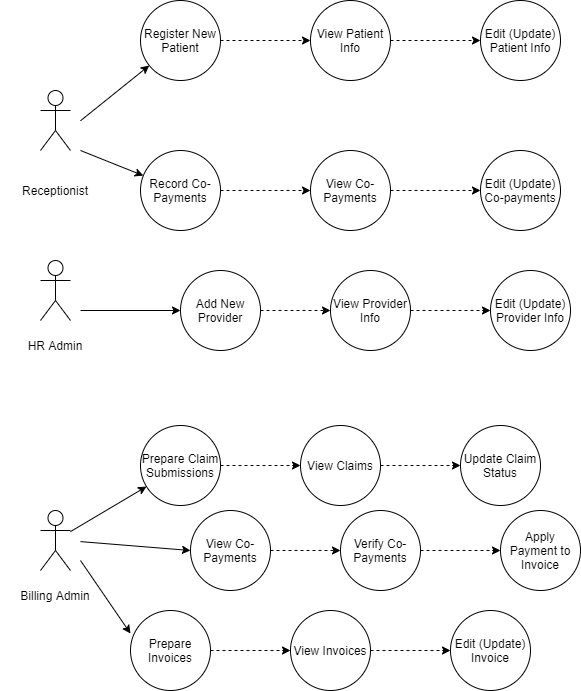
Earlier version of the draw.io export FinalProject Use Cases.png (kayshale/FinalProject). Source tidied: cells renumbered, new cells last; positions are measured from the earlier drawing's top-left corner, leaving out a move shared by most shapes.
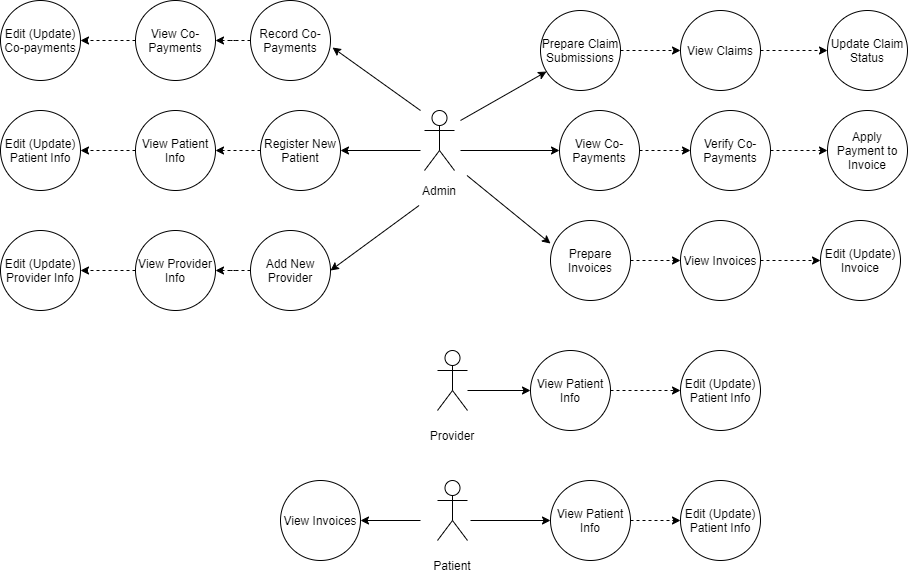
Above is the later version.

What changed in the source:
```diff
@@ -3,141 +3,174 @@
     <mxCell id="0" />
     <mxCell id="1" parent="0" />
     <mxCell id="2" value="Actor" style="shape=umlActor;verticalLabelPosition=bottom;labelBackgroundColor=#ffffff;verticalAlign=top;html=1;fontColor=#FFFFFF;" parent="1" vertex="1">
-      <mxGeometry x="40" y="90" width="30" height="60" as="geometry" />
+      <mxGeometry x="317" y="860" width="30" height="60" as="geometry" />
     </mxCell>
-    <mxCell id="3" value="Receptionist" style="text;html=1;strokeColor=none;fillColor=none;align=center;verticalAlign=middle;whiteSpace=wrap;rounded=0;fontColor=#000000;" parent="1" vertex="1">
-      <mxGeometry y="175" width="110" height="30" as="geometry" />
+    <mxCell id="3" value="Patient" style="text;html=1;strokeColor=none;fillColor=none;align=center;verticalAlign=middle;whiteSpace=wrap;rounded=0;fontColor=#000000;" parent="1" vertex="1">
+      <mxGeometry x="277" y="930" width="110" height="30" as="geometry" />
     </mxCell>
-    <mxCell id="4" value="View Patient Info" style="ellipse;whiteSpace=wrap;html=1;fontColor=#000000;" parent="1" vertex="1">
-      <mxGeometry x="310" width="80" height="80" as="geometry" />
-    </mxCell>
-    <mxCell id="5" value="Edit (Update) Patient Info" style="ellipse;whiteSpace=wrap;html=1;fontColor=#000000;" parent="1" vertex="1">
-      <mxGeometry x="480" width="80" height="80" as="geometry" />
-    </mxCell>
-    <mxCell id="6" value="Register New Patient" style="ellipse;whiteSpace=wrap;html=1;fontColor=#000000;" parent="1" vertex="1">
-      <mxGeometry x="140" width="80" height="80" as="geometry" />
-    </mxCell>
-    <mxCell id="7" value="View Provider Info" style="ellipse;whiteSpace=wrap;html=1;fontColor=#000000;" parent="1" vertex="1">
-      <mxGeometry x="330" y="270" width="80" height="80" as="geometry" />
-    </mxCell>
-    <mxCell id="8" value="Edit (Update) Provider Info" style="ellipse;whiteSpace=wrap;html=1;fontColor=#000000;" parent="1" vertex="1">
-      <mxGeometry x="490" y="270" width="80" height="80" as="geometry" />
-    </mxCell>
-    <mxCell id="9" value="Add New Provider" style="ellipse;whiteSpace=wrap;html=1;fontColor=#000000;" parent="1" vertex="1">
-      <mxGeometry x="180" y="270" width="80" height="80" as="geometry" />
-    </mxCell>
     <mxCell id="10" value="Actor" style="shape=umlActor;verticalLabelPosition=bottom;labelBackgroundColor=#ffffff;verticalAlign=top;html=1;fontColor=#FFFFFF;" parent="1" vertex="1">
-      <mxGeometry x="40" y="260" width="30" height="60" as="geometry" />
+      <mxGeometry x="317" y="730" width="30" height="60" as="geometry" />
     </mxCell>
-    <mxCell id="11" value="HR Admin" style="text;html=1;strokeColor=none;fillColor=none;align=center;verticalAlign=middle;whiteSpace=wrap;rounded=0;fontColor=#000000;" parent="1" vertex="1">
-      <mxGeometry y="330" width="110" height="30" as="geometry" />
-    </mxCell>
     <mxCell id="12" value="Actor" style="shape=umlActor;verticalLabelPosition=bottom;labelBackgroundColor=#ffffff;verticalAlign=top;html=1;outlineConnect=0;fontColor=#FFFFFF;" parent="1" vertex="1">
-      <mxGeometry x="40" y="510" width="30" height="60" as="geometry" />
+      <mxGeometry x="304" y="490" width="30" height="60" as="geometry" />
     </mxCell>
-    <mxCell id="13" value="Billing Admin" style="text;html=1;strokeColor=none;fillColor=none;align=center;verticalAlign=middle;whiteSpace=wrap;rounded=0;fontColor=#000000;" parent="1" vertex="1">
-      <mxGeometry y="580" width="110" height="30" as="geometry" />
+    <mxCell id="13" value="Admin" style="text;html=1;strokeColor=none;fillColor=none;align=center;verticalAlign=middle;whiteSpace=wrap;rounded=0;fontColor=#000000;" parent="1" vertex="1">
+      <mxGeometry x="264" y="555" width="110" height="30" as="geometry" />
     </mxCell>
-    <mxCell id="14" value="Record Co-Payments" style="ellipse;whiteSpace=wrap;html=1;fontColor=#000000;" parent="1" vertex="1">
-      <mxGeometry x="140" y="150" width="80" height="80" as="geometry" />
-    </mxCell>
     <mxCell id="15" style="edgeStyle=orthogonalEdgeStyle;rounded=0;jettySize=auto;html=1;dashed=1;fontColor=#000000;" parent="1" edge="1" source="16" target="18">
       <mxGeometry relative="1" as="geometry" />
     </mxCell>
     <mxCell id="16" value="Prepare Claim Submissions" style="ellipse;whiteSpace=wrap;html=1;fontColor=#000000;" parent="1" vertex="1">
-      <mxGeometry x="140" y="425" width="80" height="80" as="geometry" />
+      <mxGeometry x="420" y="390" width="80" height="80" as="geometry" />
     </mxCell>
     <mxCell id="17" style="edgeStyle=orthogonalEdgeStyle;rounded=0;jettySize=auto;html=1;dashed=1;fontColor=#000000;" parent="1" edge="1" source="18" target="19">
       <mxGeometry relative="1" as="geometry" />
     </mxCell>
     <mxCell id="18" value="View Claims" style="ellipse;whiteSpace=wrap;html=1;fontColor=#000000;" parent="1" vertex="1">
-      <mxGeometry x="300" y="425" width="80" height="80" as="geometry" />
+      <mxGeometry x="560" y="390" width="80" height="80" as="geometry" />
     </mxCell>
     <mxCell id="19" value="Update Claim Status" style="ellipse;whiteSpace=wrap;html=1;fontColor=#000000;" parent="1" vertex="1">
-      <mxGeometry x="460" y="425" width="80" height="80" as="geometry" />
+      <mxGeometry x="707" y="390" width="80" height="80" as="geometry" />
     </mxCell>
     <mxCell id="20" style="edgeStyle=orthogonalEdgeStyle;rounded=0;jettySize=auto;html=1;dashed=1;fontColor=#000000;" parent="1" edge="1" source="21" target="23">
       <mxGeometry relative="1" as="geometry" />
     </mxCell>
     <mxCell id="21" value="Prepare Invoices" style="ellipse;whiteSpace=wrap;html=1;fontColor=#000000;" parent="1" vertex="1">
-      <mxGeometry x="130" y="610" width="80" height="80" as="geometry" />
+      <mxGeometry x="430" y="600" width="80" height="80" as="geometry" />
     </mxCell>
     <mxCell id="22" style="edgeStyle=orthogonalEdgeStyle;rounded=0;jettySize=auto;html=1;dashed=1;fontColor=#000000;" parent="1" edge="1" source="23" target="24">
       <mxGeometry relative="1" as="geometry" />
     </mxCell>
     <mxCell id="23" value="View Invoices" style="ellipse;whiteSpace=wrap;html=1;fontColor=#000000;" parent="1" vertex="1">
-      <mxGeometry x="290" y="610" width="80" height="80" as="geometry" />
+      <mxGeometry x="560" y="600" width="80" height="80" as="geometry" />
     </mxCell>
     <mxCell id="24" value="Edit (Update) Invoice" style="ellipse;whiteSpace=wrap;html=1;fontColor=#000000;" parent="1" vertex="1">
-      <mxGeometry x="450" y="610" width="80" height="80" as="geometry" />
+      <mxGeometry x="700" y="600" width="80" height="80" as="geometry" />
     </mxCell>
-    <mxCell id="25" style="endArrow=classic;html=1;fontColor=#000000;" parent="1" edge="1" target="6">
-      <mxGeometry relative="1" as="geometry">
-        <mxPoint x="80" y="120.3" as="sourcePoint" />
-      </mxGeometry>
-    </mxCell>
-    <mxCell id="26" style="endArrow=classic;html=1;fontColor=#000000;" parent="1" edge="1" target="14">
-      <mxGeometry relative="1" as="geometry">
-        <mxPoint x="80" y="150" as="sourcePoint" />
-      </mxGeometry>
-    </mxCell>
-    <mxCell id="27" style="endArrow=classic;html=1;fontColor=#000000;entryX=0;entryY=0.5;entryDx=0;entryDy=0;dashed=1;exitX=1;exitY=0.5;exitDx=0;exitDy=0;" parent="1" edge="1" source="6" target="4">
-      <mxGeometry relative="1" as="geometry" />
-    </mxCell>
-    <mxCell id="28" style="endArrow=classic;html=1;fontColor=#000000;dashed=1;exitX=1;exitY=0.5;exitDx=0;exitDy=0;entryX=0;entryY=0.5;entryDx=0;entryDy=0;" parent="1" edge="1" source="4" target="5">
-      <mxGeometry relative="1" as="geometry" />
-    </mxCell>
-    <mxCell id="29" value="View Co-Payments" style="ellipse;whiteSpace=wrap;html=1;fontColor=#000000;" parent="1" vertex="1">
-      <mxGeometry x="310" y="150" width="80" height="80" as="geometry" />
-    </mxCell>
-    <mxCell id="30" value="Edit (Update) Co-payments" style="ellipse;whiteSpace=wrap;html=1;fontColor=#000000;" parent="1" vertex="1">
-      <mxGeometry x="480" y="150" width="80" height="80" as="geometry" />
-    </mxCell>
-    <mxCell id="31" style="endArrow=classic;html=1;fontColor=#000000;dashed=1;exitX=1;exitY=0.5;exitDx=0;exitDy=0;entryX=0;entryY=0.5;entryDx=0;entryDy=0;" parent="1" edge="1" source="14" target="29">
-      <mxGeometry relative="1" as="geometry" />
-    </mxCell>
-    <mxCell id="32" style="endArrow=classic;html=1;fontColor=#000000;entryX=0;entryY=0.5;entryDx=0;entryDy=0;dashed=1;exitX=1;exitY=0.5;exitDx=0;exitDy=0;" parent="1" edge="1" source="29" target="30">
-      <mxGeometry relative="1" as="geometry" />
-    </mxCell>
-    <mxCell id="33" style="endArrow=classic;html=1;fontColor=#000000;" parent="1" edge="1">
-      <mxGeometry relative="1" as="geometry">
-        <mxPoint x="80" y="310" as="sourcePoint" />
-        <mxPoint x="180" y="310" as="targetPoint" />
-      </mxGeometry>
-    </mxCell>
-    <mxCell id="34" style="endArrow=classic;html=1;fontColor=#000000;dashed=1;exitX=1;exitY=0.5;exitDx=0;exitDy=0;" parent="1" edge="1" source="9" target="7">
-      <mxGeometry relative="1" as="geometry" />
-    </mxCell>
-    <mxCell id="35" style="endArrow=classic;html=1;fontColor=#000000;dashed=1;exitX=1;exitY=0.5;exitDx=0;exitDy=0;" parent="1" edge="1" source="7" target="8">
-      <mxGeometry relative="1" as="geometry" />
-    </mxCell>
-    <mxCell id="36" style="endArrow=classic;html=1;fontColor=#000000;entryX=0.075;entryY=0.763;entryDx=0;entryDy=0;entryPerimeter=0;" parent="1" edge="1" source="12" target="16">
-      <mxGeometry relative="1" as="geometry" />
+    <mxCell id="36" style="endArrow=classic;html=1;fontColor=#000000;entryX=0.075;entryY=0.763;entryDx=0;entryDy=0;entryPerimeter=0;" parent="1" edge="1" target="16">
+      <mxGeometry relative="1" as="geometry">
+        <mxPoint x="340" y="500" as="sourcePoint" />
+      </mxGeometry>
     </mxCell>
-    <mxCell id="37" style="endArrow=classic;html=1;fontColor=#000000;entryX=0;entryY=0.288;entryDx=0;entryDy=0;entryPerimeter=0;" parent="1" edge="1" target="21">
-      <mxGeometry relative="1" as="geometry">
-        <mxPoint x="80" y="560" as="sourcePoint" />
-      </mxGeometry>
+    <mxCell id="37" style="endArrow=classic;html=1;fontColor=#000000;entryX=0;entryY=0.288;entryDx=0;entryDy=0;entryPerimeter=0;exitX=0.75;exitY=0;exitDx=0;exitDy=0;" parent="1" edge="1" source="13" target="21">
+      <mxGeometry relative="1" as="geometry" />
     </mxCell>
     <mxCell id="38" value="View Co-Payments" style="ellipse;whiteSpace=wrap;html=1;fontColor=#000000;" parent="1" vertex="1">
-      <mxGeometry x="190" y="510" width="80" height="80" as="geometry" />
+      <mxGeometry x="439" y="490" width="80" height="80" as="geometry" />
     </mxCell>
     <mxCell id="39" style="edgeStyle=orthogonalEdgeStyle;rounded=0;jettySize=auto;html=1;dashed=1;" parent="1" edge="1" source="40" target="41">
       <mxGeometry relative="1" as="geometry" />
     </mxCell>
     <mxCell id="40" value="Verify Co-Payments" style="ellipse;whiteSpace=wrap;html=1;fontColor=#000000;" parent="1" vertex="1">
-      <mxGeometry x="340" y="510" width="80" height="80" as="geometry" />
+      <mxGeometry x="570" y="490" width="80" height="80" as="geometry" />
     </mxCell>
     <mxCell id="41" value="Apply Payment to Invoice" style="ellipse;whiteSpace=wrap;html=1;fontColor=#000000;" parent="1" vertex="1">
-      <mxGeometry x="500" y="510" width="80" height="80" as="geometry" />
+      <mxGeometry x="707" y="490" width="80" height="80" as="geometry" />
     </mxCell>
     <mxCell id="42" style="endArrow=classic;html=1;fontColor=#000000;entryX=0;entryY=0.5;entryDx=0;entryDy=0;dashed=1;exitX=1;exitY=0.5;exitDx=0;exitDy=0;" parent="1" edge="1" source="38" target="40">
       <mxGeometry relative="1" as="geometry" />
     </mxCell>
     <mxCell id="43" style="endArrow=classic;html=1;fontColor=#000000;entryX=0;entryY=0.5;entryDx=0;entryDy=0;" parent="1" edge="1" target="38">
       <mxGeometry relative="1" as="geometry">
-        <mxPoint x="80" y="541.1" as="sourcePoint" />
+        <mxPoint x="340" y="530" as="sourcePoint" />
       </mxGeometry>
     </mxCell>
+    <mxCell id="44" style="edgeStyle=orthogonalEdgeStyle;rounded=0;jettySize=auto;html=1;dashed=1;" parent="1" edge="1" source="45" target="46">
+      <mxGeometry relative="1" as="geometry" />
+    </mxCell>
+    <mxCell id="45" value="View Patient Info" style="ellipse;whiteSpace=wrap;html=1;fontColor=#000000;" parent="1" vertex="1">
+      <mxGeometry x="15" y="490" width="80" height="80" as="geometry" />
+    </mxCell>
+    <mxCell id="46" value="Edit (Update) Patient Info" style="ellipse;whiteSpace=wrap;html=1;fontColor=#000000;" parent="1" vertex="1">
+      <mxGeometry x="-120" y="490" width="80" height="80" as="geometry" />
+    </mxCell>
+    <mxCell id="47" style="edgeStyle=orthogonalEdgeStyle;rounded=0;jettySize=auto;html=1;dashed=1;" parent="1" edge="1" source="6" target="45">
+      <mxGeometry relative="1" as="geometry" />
+    </mxCell>
+    <mxCell id="6" value="Register New Patient" style="ellipse;whiteSpace=wrap;html=1;fontColor=#000000;" parent="1" vertex="1">
+      <mxGeometry x="140" y="490" width="80" height="80" as="geometry" />
+    </mxCell>
+    <mxCell id="31" style="edgeStyle=orthogonalEdgeStyle;rounded=0;jettySize=auto;html=1;dashed=1;" parent="1" edge="1" source="14" target="29">
+      <mxGeometry relative="1" as="geometry" />
+    </mxCell>
+    <mxCell id="14" value="Record Co-Payments" style="ellipse;whiteSpace=wrap;html=1;fontColor=#000000;" parent="1" vertex="1">
+      <mxGeometry x="130" y="380" width="80" height="80" as="geometry" />
+    </mxCell>
+    <mxCell id="32" style="edgeStyle=orthogonalEdgeStyle;rounded=0;jettySize=auto;html=1;dashed=1;" parent="1" edge="1" source="29" target="30">
+      <mxGeometry relative="1" as="geometry" />
+    </mxCell>
+    <mxCell id="29" value="View Co-Payments" style="ellipse;whiteSpace=wrap;html=1;fontColor=#000000;" parent="1" vertex="1">
+      <mxGeometry x="15" y="380" width="80" height="80" as="geometry" />
+    </mxCell>
+    <mxCell id="30" value="Edit (Update) Co-payments" style="ellipse;whiteSpace=wrap;html=1;fontColor=#000000;" parent="1" vertex="1">
+      <mxGeometry x="-120" y="380" width="80" height="80" as="geometry" />
+    </mxCell>
+    <mxCell id="48" value="View Patient Info" style="ellipse;whiteSpace=wrap;html=1;fontColor=#000000;" parent="1" vertex="1">
+      <mxGeometry x="430" y="860" width="80" height="80" as="geometry" />
+    </mxCell>
+    <mxCell id="49" value="Edit (Update) Patient Info" style="ellipse;whiteSpace=wrap;html=1;fontColor=#000000;" parent="1" vertex="1">
+      <mxGeometry x="560" y="860" width="80" height="80" as="geometry" />
+    </mxCell>
+    <mxCell id="50" style="endArrow=classic;html=1;fontColor=#000000;dashed=1;exitX=1;exitY=0.5;exitDx=0;exitDy=0;entryX=0;entryY=0.5;entryDx=0;entryDy=0;" parent="1" edge="1" source="48" target="49">
+      <mxGeometry relative="1" as="geometry" />
+    </mxCell>
+    <mxCell id="51" style="endArrow=classic;html=1;fontColor=#000000;" parent="1" edge="1" target="52">
+      <mxGeometry relative="1" as="geometry">
+        <mxPoint x="300" y="900" as="sourcePoint" />
+      </mxGeometry>
+    </mxCell>
+    <mxCell id="52" value="View Invoices" style="ellipse;whiteSpace=wrap;html=1;fontColor=#000000;" parent="1" vertex="1">
+      <mxGeometry x="160" y="860" width="80" height="80" as="geometry" />
+    </mxCell>
+    <mxCell id="53" style="endArrow=classic;html=1;fontColor=#000000;" parent="1" edge="1" target="48">
+      <mxGeometry relative="1" as="geometry">
+        <mxPoint x="350" y="900" as="sourcePoint" />
+      </mxGeometry>
+    </mxCell>
+    <mxCell id="35" style="edgeStyle=orthogonalEdgeStyle;rounded=0;jettySize=auto;html=1;dashed=1;" parent="1" edge="1" source="7" target="8">
+      <mxGeometry relative="1" as="geometry" />
+    </mxCell>
+    <mxCell id="7" value="View Provider Info" style="ellipse;whiteSpace=wrap;html=1;fontColor=#000000;" parent="1" vertex="1">
+      <mxGeometry x="15" y="610" width="80" height="80" as="geometry" />
+    </mxCell>
+    <mxCell id="8" value="Edit (Update) Provider Info" style="ellipse;whiteSpace=wrap;html=1;fontColor=#000000;" parent="1" vertex="1">
+      <mxGeometry x="-120" y="610" width="80" height="80" as="geometry" />
+    </mxCell>
+    <mxCell id="34" style="edgeStyle=orthogonalEdgeStyle;rounded=0;jettySize=auto;html=1;dashed=1;" parent="1" edge="1" source="9" target="7">
+      <mxGeometry relative="1" as="geometry" />
+    </mxCell>
+    <mxCell id="9" value="Add New Provider" style="ellipse;whiteSpace=wrap;html=1;fontColor=#000000;" parent="1" vertex="1">
+      <mxGeometry x="130" y="610" width="80" height="80" as="geometry" />
+    </mxCell>
+    <mxCell id="54" value="View Patient Info" style="ellipse;whiteSpace=wrap;html=1;fontColor=#000000;" parent="1" vertex="1">
+      <mxGeometry x="410" y="730" width="80" height="80" as="geometry" />
+    </mxCell>
+    <mxCell id="55" value="Edit (Update) Patient Info" style="ellipse;whiteSpace=wrap;html=1;fontColor=#000000;" parent="1" vertex="1">
+      <mxGeometry x="560" y="730" width="80" height="80" as="geometry" />
+    </mxCell>
+    <mxCell id="56" style="endArrow=classic;html=1;fontColor=#000000;dashed=1;exitX=1;exitY=0.5;exitDx=0;exitDy=0;entryX=0;entryY=0.5;entryDx=0;entryDy=0;" parent="1" edge="1" source="54" target="55">
+      <mxGeometry relative="1" as="geometry" />
+    </mxCell>
+    <mxCell id="57" style="endArrow=classic;html=1;fontColor=#000000;entryX=0;entryY=0.5;entryDx=0;entryDy=0;" parent="1" edge="1" target="54">
+      <mxGeometry relative="1" as="geometry">
+        <mxPoint x="347" y="770" as="sourcePoint" />
+      </mxGeometry>
+    </mxCell>
+    <mxCell id="58" style="endArrow=classic;html=1;fontColor=#000000;entryX=1;entryY=0.5;entryDx=0;entryDy=0;" parent="1" edge="1" target="6">
+      <mxGeometry relative="1" as="geometry">
+        <mxPoint x="300" y="530" as="sourcePoint" />
+      </mxGeometry>
+    </mxCell>
+    <mxCell id="59" style="endArrow=classic;html=1;fontColor=#000000;entryX=1;entryY=0.5;entryDx=0;entryDy=0;" parent="1" edge="1" source="13" target="9">
+      <mxGeometry relative="1" as="geometry" />
+    </mxCell>
+    <mxCell id="60" style="endArrow=classic;html=1;fontColor=#000000;entryX=1.025;entryY=0.588;entryDx=0;entryDy=0;entryPerimeter=0;" parent="1" edge="1" target="14">
+      <mxGeometry relative="1" as="geometry">
+        <mxPoint x="300" y="490" as="sourcePoint" />
+      </mxGeometry>
+    </mxCell>
+    <mxCell id="61" value="Provider" style="text;html=1;strokeColor=none;fillColor=none;align=center;verticalAlign=middle;whiteSpace=wrap;rounded=0;fontColor=#000000;" parent="1" vertex="1">
+      <mxGeometry x="277" y="800" width="110" height="30" as="geometry" />
+    </mxCell>
   </root>
 </mxGraphModel>
```
